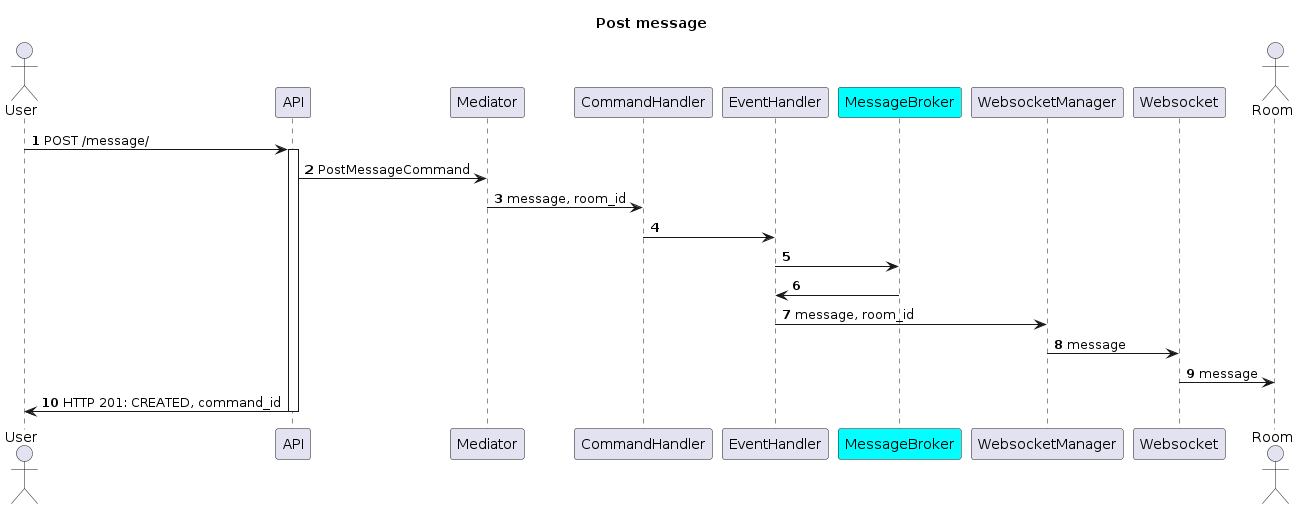
Above: diagrams/out/post_message.png in likeinlife/websocket-chat (PlantUML), before the change.
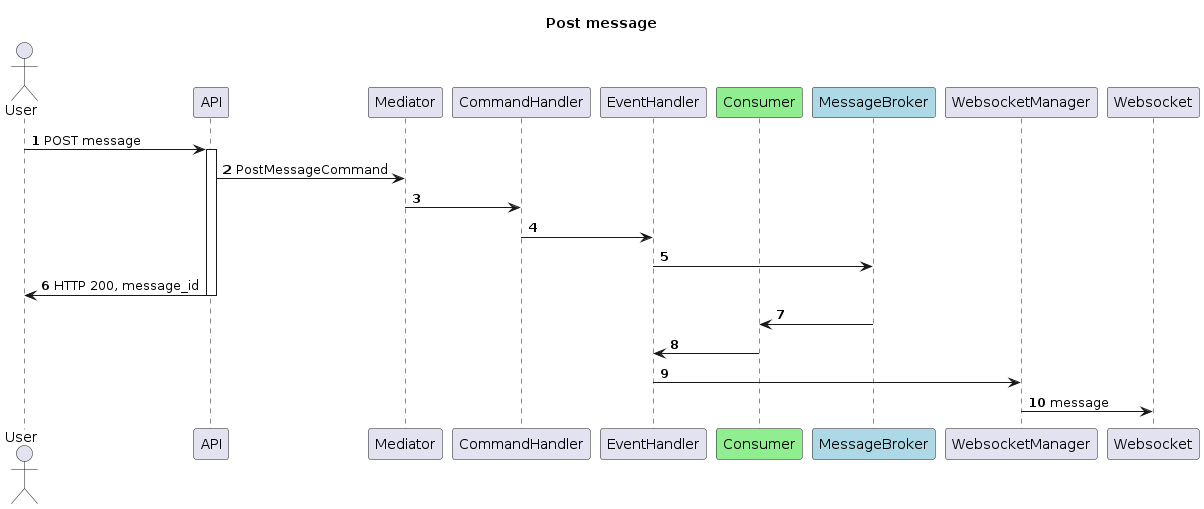
The same diagram one commit later.

Diff of the diagram source:
```diff
@@ -7,29 +7,30 @@
 participant mediator as "Mediator"
 participant command_handler as "CommandHandler"
 participant event_handler as "EventHandler"
-participant broker as "MessageBroker" #cyan
+participant consumer as "Consumer" #LightGreen
+participant broker as "MessageBroker" #LightBlue
 participant websocket_manager as "WebsocketManager"
 participant websocket as "Websocket"
-actor room as "Room"
 
-user -> api ++: POST /message/
+user -> api ++: POST message
 
 api -> mediator: PostMessageCommand
 
-mediator -> command_handler: message, room_id
+mediator -> command_handler
 
 command_handler -> event_handler
 
 event_handler -> broker
 
-broker -> event_handler
+api -> user --: HTTP 200, message_id
 
-event_handler -> websocket_manager: message, room_id
+broker -> consumer
+
+consumer -> event_handler
+
+event_handler -> websocket_manager
 
 websocket_manager -> websocket: message
 
-websocket -> room: message
-
-api -> user --: HTTP 201: CREATED, command_id
 
 @enduml
```
